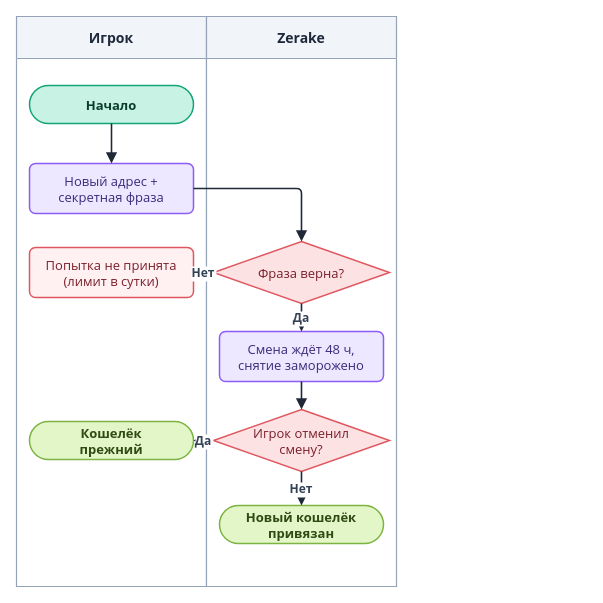
LILSUFFER/zerake-docs keeps this draw.io diagram as diagrams/drawio/recovery.drawio. Above is the earlier version. Source tidied: cells renumbered, new cells numbered last; positions are measured from the earlier drawing's top-left corner, leaving out a move shared by most shapes. Both pictures are drawn from the tidied source at 100%, with x=0, y=0 at pixel (16, 16).
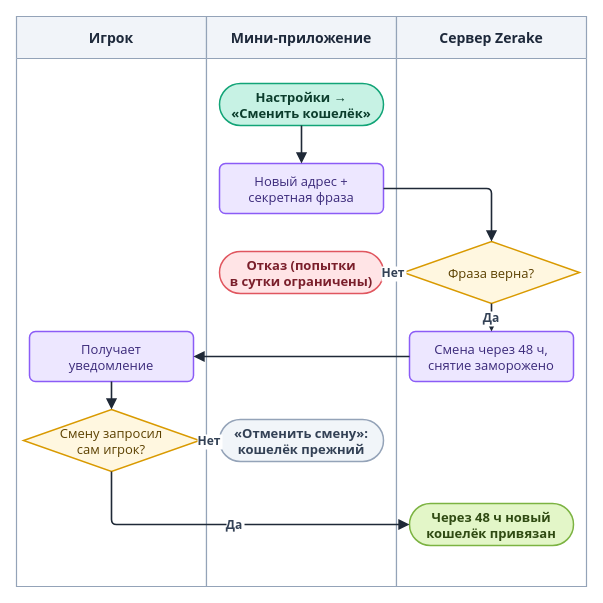
The same diagram, later.

What changed in the source:
```diff
@@
-    <mxCell id="3" value="Zerake" style="swimlane;horizontal=1;startSize=42;fillColor=#F1F4F9;swimlaneFillColor=#FFFFFF;strokeColor=#94A3B8;fontColor=#1E293B;fontStyle=1;fontSize=14;fontFamily=Segoe UI;strokeWidth=1.2;" parent="1" vertex="1">
+    <mxCell id="3" value="Мини-приложение" style="swimlane;horizontal=1;startSize=42;fillColor=#F1F4F9;swimlaneFillColor=#FFFFFF;strokeColor=#94A3B8;fontColor=#1E293B;fontStyle=1;fontSize=14;fontFamily=Segoe UI;strokeWidth=1.2;" parent="1" vertex="1">
       <mxGeometry x="190" width="190" height="570" as="geometry" />
     </mxCell>
+    <mxCell id="19" value="Сервер Zerake" style="swimlane;horizontal=1;startSize=42;fillColor=#F1F4F9;swimlaneFillColor=#FFFFFF;strokeColor=#94A3B8;fontColor=#1E293B;fontStyle=1;fontSize=14;fontFamily=Segoe UI;strokeWidth=1.2;" parent="1" vertex="1">
+      <mxGeometry x="380" width="190" height="570" as="geometry" />
+    </mxCell>
-    <mxCell id="4" value="Начало" style="rounded=1;arcSize=50;html=0;fillColor=#C7F2E4;strokeColor=#12A477;fontColor=#0B3D2C;fontStyle=1;fontFamily=Segoe UI;fontSize=13;strokeWidth=1.5;" parent="1" vertex="1">
-      <mxGeometry x="13" y="69" width="164" height="38" as="geometry" />
+    <mxCell id="4" value="Настройки →&#10;«Сменить кошелёк»" style="rounded=1;arcSize=50;html=0;fontStyle=1;fillColor=#C7F2E4;strokeColor=#12A477;fontColor=#0B3D2C;fontFamily=Segoe UI;fontSize=13;strokeWidth=1.5;" parent="1" vertex="1">
+      <mxGeometry x="203" y="67" width="164" height="42" as="geometry" />
     </mxCell>
     <mxCell id="5" value="Новый адрес +&#10;секретная фраза" style="rounded=1;arcSize=12;html=0;fillColor=#EDE7FF;strokeColor=#8B5CF6;fontColor=#3B2A7A;fontFamily=Segoe UI;fontSize=13;strokeWidth=1.5;" parent="1" vertex="1">
-      <mxGeometry x="13" y="147" width="164" height="50" as="geometry" />
+      <mxGeometry x="203" y="147" width="164" height="50" as="geometry" />
     </mxCell>
-    <mxCell id="6" value="Фраза верна?" style="rhombus;html=0;fillColor=#FDE2E4;strokeColor=#E0565F;fontColor=#7A1F2B;fontFamily=Segoe UI;fontSize=13;strokeWidth=1.5;" parent="1" vertex="1">
-      <mxGeometry x="197" y="225" width="176" height="62" as="geometry" />
+    <mxCell id="6" value="Фраза верна?" style="rhombus;html=0;fillColor=#FFF7E0;strokeColor=#D99A00;fontColor=#5C4100;fontFamily=Segoe UI;fontSize=13;strokeWidth=1.5;" parent="1" vertex="1">
+      <mxGeometry x="387" y="225" width="176" height="62" as="geometry" />
     </mxCell>
-    <mxCell id="7" value="Попытка не принята&#10;(лимит в сутки)" style="rounded=1;arcSize=12;html=0;fillColor=#FFF1F2;strokeColor=#E0565F;fontColor=#7A1F2B;fontFamily=Segoe UI;fontSize=13;strokeWidth=1.5;" parent="1" vertex="1">
-      <mxGeometry x="13" y="231" width="164" height="50" as="geometry" />
+    <mxCell id="7" value="Отказ (попытки&#10;в сутки ограничены)" style="rounded=1;arcSize=50;html=0;fontStyle=1;fillColor=#FFE4E6;strokeColor=#E0565F;fontColor=#7A1F2B;fontFamily=Segoe UI;fontSize=13;strokeWidth=1.5;" parent="1" vertex="1">
+      <mxGeometry x="203" y="235" width="164" height="42" as="geometry" />
     </mxCell>
-    <mxCell id="8" value="Смена ждёт 48 ч,&#10;снятие заморожено" style="rounded=1;arcSize=12;html=0;fillColor=#EDE7FF;strokeColor=#8B5CF6;fontColor=#3B2A7A;fontFamily=Segoe UI;fontSize=13;strokeWidth=1.5;" parent="1" vertex="1">
-      <mxGeometry x="203" y="315" width="164" height="50" as="geometry" />
+    <mxCell id="8" value="Смена через 48 ч,&#10;снятие заморожено" style="rounded=1;arcSize=12;html=0;fillColor=#EDE7FF;strokeColor=#8B5CF6;fontColor=#3B2A7A;fontFamily=Segoe UI;fontSize=13;strokeWidth=1.5;" parent="1" vertex="1">
+      <mxGeometry x="393" y="315" width="164" height="50" as="geometry" />
     </mxCell>
+    <mxCell id="20" value="Получает&#10;уведомление" style="rounded=1;arcSize=12;html=0;fillColor=#EDE7FF;strokeColor=#8B5CF6;fontColor=#3B2A7A;fontFamily=Segoe UI;fontSize=13;strokeWidth=1.5;" parent="1" vertex="1">
+      <mxGeometry x="13" y="315" width="164" height="50" as="geometry" />
+    </mxCell>
+    <mxCell id="21" value="Смену запросил&#10;сам игрок?" style="rhombus;html=0;fillColor=#FFF7E0;strokeColor=#D99A00;fontColor=#5C4100;fontFamily=Segoe UI;fontSize=13;strokeWidth=1.5;" parent="1" vertex="1">
+      <mxGeometry x="7" y="393" width="176" height="62" as="geometry" />
+    </mxCell>
-    <mxCell id="9" value="Игрок отменил&#10;смену?" style="rhombus;html=0;fillColor=#FDE2E4;strokeColor=#E0565F;fontColor=#7A1F2B;fontFamily=Segoe UI;fontSize=13;strokeWidth=1.5;" parent="1" vertex="1">
-      <mxGeometry x="197" y="393" width="176" height="62" as="geometry" />
+    <mxCell id="9" value="«Отменить смену»:&#10;кошелёк прежний" style="rounded=1;arcSize=50;html=0;fontStyle=1;fillColor=#F1F5F9;strokeColor=#94A3B8;fontColor=#334155;fontFamily=Segoe UI;fontSize=13;strokeWidth=1.5;" parent="1" vertex="1">
+      <mxGeometry x="203" y="403" width="164" height="42" as="geometry" />
     </mxCell>
-    <mxCell id="10" value="Кошелёк&#10;прежний" style="rounded=1;arcSize=50;html=0;fillColor=#E3F6C8;strokeColor=#7CB342;fontColor=#2F4A12;fontStyle=1;fontFamily=Segoe UI;fontSize=13;strokeWidth=1.5;" parent="1" vertex="1">
-      <mxGeometry x="13" y="405" width="164" height="38" as="geometry" />
-    </mxCell>
-    <mxCell id="11" value="Новый кошелёк&#10;привязан" style="rounded=1;arcSize=50;html=0;fillColor=#E3F6C8;strokeColor=#7CB342;fontColor=#2F4A12;fontStyle=1;fontFamily=Segoe UI;fontSize=13;strokeWidth=1.5;" parent="1" vertex="1">
-      <mxGeometry x="203" y="489" width="164" height="38" as="geometry" />
-    </mxCell>
+    <mxCell id="22" value="Через 48 ч новый&#10;кошелёк привязан" style="rounded=1;arcSize=50;html=0;fontStyle=1;fillColor=#E3F6C8;strokeColor=#7CB342;fontColor=#2F4A12;fontFamily=Segoe UI;fontSize=13;strokeWidth=1.5;" parent="1" vertex="1">
+      <mxGeometry x="393" y="487" width="164" height="42" as="geometry" />
+    </mxCell>
@@
-    <mxCell id="16" style="edgeStyle=orthogonalEdgeStyle;rounded=1;arcSize=10;jettySize=auto;html=0;strokeColor=#1F2937;strokeWidth=1.6;endArrow=block;endFill=1;endSize=7;fontFamily=Segoe UI;fontSize=12;fontStyle=1;fontColor=#334155;labelBackgroundColor=#FFFFFF;" parent="1" edge="1" source="8" target="9">
+    <mxCell id="16" style="edgeStyle=orthogonalEdgeStyle;rounded=1;arcSize=10;jettySize=auto;html=0;strokeColor=#1F2937;strokeWidth=1.6;endArrow=block;endFill=1;endSize=7;fontFamily=Segoe UI;fontSize=12;fontStyle=1;fontColor=#334155;labelBackgroundColor=#FFFFFF;" parent="1" edge="1" source="8" target="20">
       <mxGeometry relative="1" as="geometry" />
     </mxCell>
-    <mxCell id="17" value="Да" style="edgeStyle=orthogonalEdgeStyle;rounded=1;arcSize=10;jettySize=auto;html=0;strokeColor=#1F2937;strokeWidth=1.6;endArrow=block;endFill=1;endSize=7;fontFamily=Segoe UI;fontSize=12;fontStyle=1;fontColor=#334155;labelBackgroundColor=#FFFFFF;" parent="1" edge="1" source="9" target="10">
+    <mxCell id="17" style="edgeStyle=orthogonalEdgeStyle;rounded=1;arcSize=10;jettySize=auto;html=0;strokeColor=#1F2937;strokeWidth=1.6;endArrow=block;endFill=1;endSize=7;fontFamily=Segoe UI;fontSize=12;fontStyle=1;fontColor=#334155;labelBackgroundColor=#FFFFFF;" parent="1" edge="1" source="20" target="21">
       <mxGeometry relative="1" as="geometry" />
     </mxCell>
-    <mxCell id="18" value="Нет" style="edgeStyle=orthogonalEdgeStyle;rounded=1;arcSize=10;jettySize=auto;html=0;strokeColor=#1F2937;strokeWidth=1.6;endArrow=block;endFill=1;endSize=7;fontFamily=Segoe UI;fontSize=12;fontStyle=1;fontColor=#334155;labelBackgroundColor=#FFFFFF;" parent="1" edge="1" source="9" target="11">
+    <mxCell id="18" value="Нет" style="edgeStyle=orthogonalEdgeStyle;rounded=1;arcSize=10;jettySize=auto;html=0;strokeColor=#1F2937;strokeWidth=1.6;endArrow=block;endFill=1;endSize=7;fontFamily=Segoe UI;fontSize=12;fontStyle=1;fontColor=#334155;labelBackgroundColor=#FFFFFF;" parent="1" edge="1" source="21" target="9">
       <mxGeometry relative="1" as="geometry" />
     </mxCell>
+    <mxCell id="23" value="Да" style="edgeStyle=orthogonalEdgeStyle;rounded=1;arcSize=10;jettySize=auto;html=0;strokeColor=#1F2937;strokeWidth=1.6;endArrow=block;endFill=1;endSize=7;fontFamily=Segoe UI;fontSize=12;fontStyle=1;fontColor=#334155;labelBackgroundColor=#FFFFFF;exitX=0.5;exitY=1;entryX=0;entryY=0.5;" parent="1" edge="1" source="21" target="22">
+      <mxGeometry relative="1" as="geometry" />
+    </mxCell>
```
